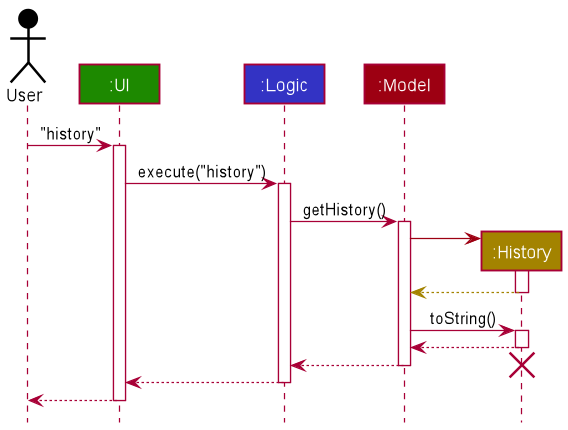
Above: docs/images/HistoryArchitectureSequenceDiagram.png in nus-cs2103-AY2021S2/tp (PlantUML), before the change.
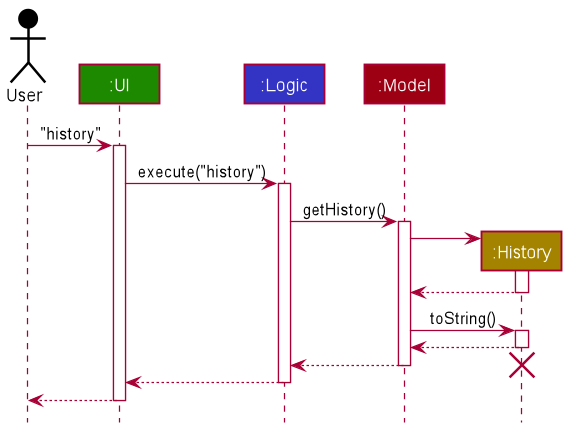
After the change.

Commit message:
Developer Guide: Change colour of HistoryArchitecture SD

Diff of the diagram source:
```diff
@@ -17,10 +17,10 @@
 activate model
 
 create history
-model -[MODEL_COLOR]> history
+model -> history
 activate history
 
-history -[STORAGE_COLOR]-> model
+history --> model
 deactivate history
 
 model -> history : toString()
```
